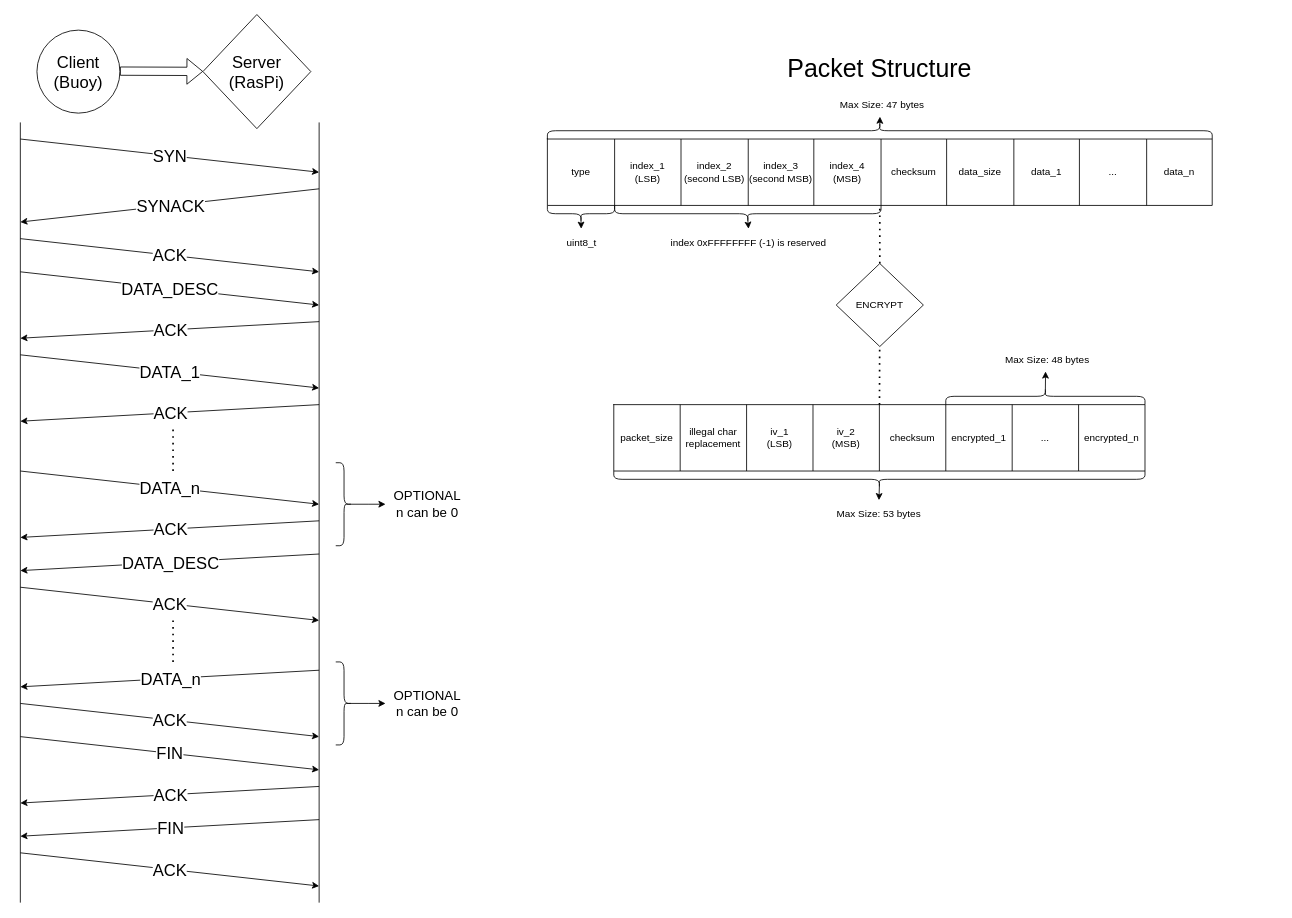
Earlier version of the draw.io diagram buoy_com_protocol.drawio (nickomodee/buoy-stm32). Source tidied: cells renumbered, new cells numbered last; positions are measured from the earlier drawing's top-left corner, leaving out a move shared by most shapes. Both pictures are drawn from the tidied source at 83%, with x=0, y=0 at pixel (20, 14).
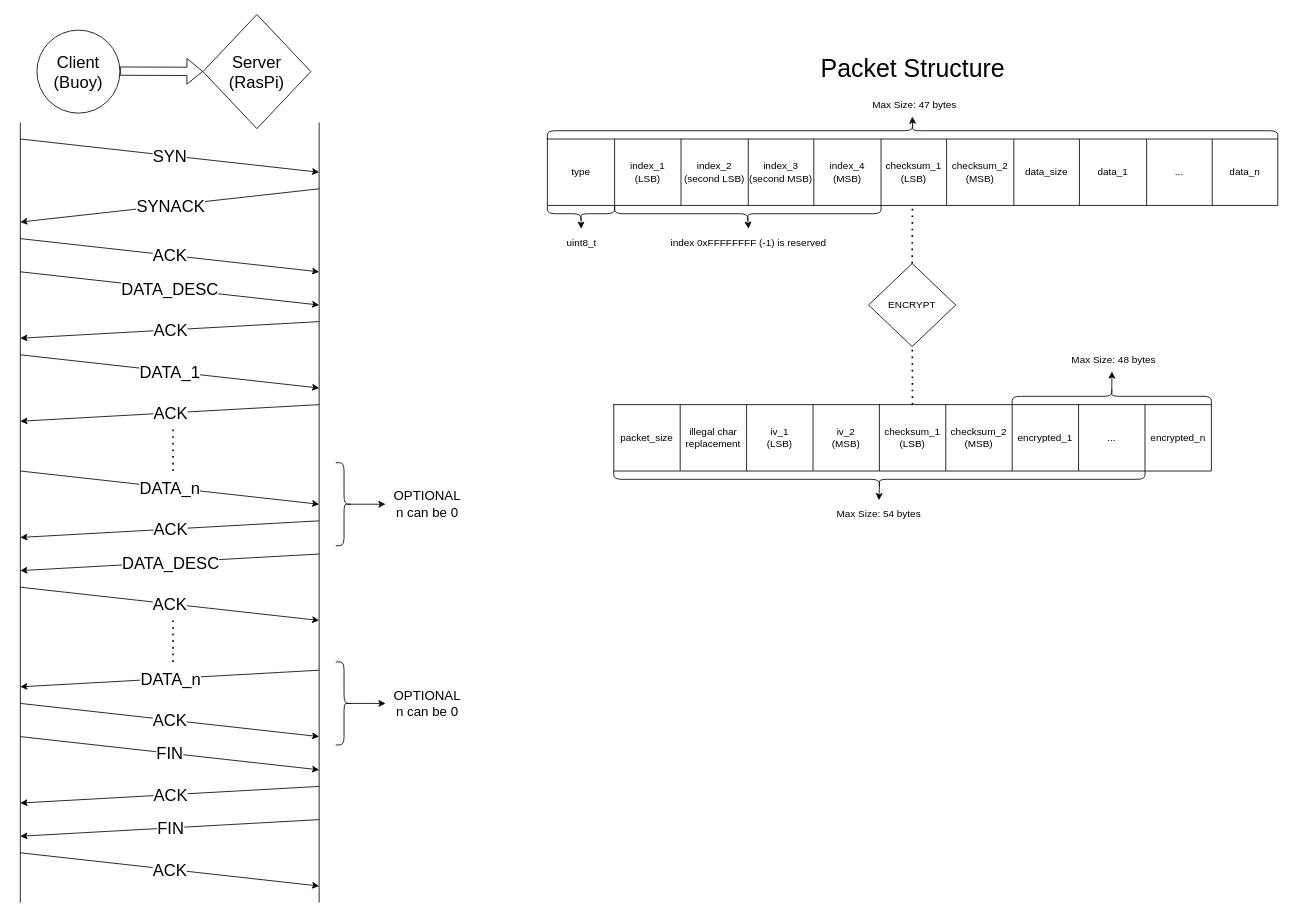
Above is the later version.

The edit, as a diff of the source:
```diff
@@
     <mxCell id="54" value="&lt;font style=&quot;font-size: 30px;&quot;&gt;Packet Structure&lt;/font&gt;" style="text;html=1;align=center;verticalAlign=middle;strokeColor=none;fillColor=none;" parent="1" vertex="1">
-      <mxGeometry x="910" y="40" width="250" height="50" as="geometry" />
+      <mxGeometry x="950" y="40" width="250" height="50" as="geometry" />
     </mxCell>
     <mxCell id="55" style="shape=table;startSize=0;childLayout=tableLayout;" parent="1" vertex="1">
-      <mxGeometry x="635" y="150" width="801" height="80" as="geometry" />
+      <mxGeometry x="635" y="150" width="880" height="80" as="geometry" />
     </mxCell>
     <mxCell id="56" style="shape=tableRow;horizontal=0;startSize=0;swimlaneHead=0;swimlaneBody=0;strokeColor=inherit;top=0;left=0;bottom=0;right=0;fillColor=none;points=[[0,0.5],[1,0.5]];portConstraint=eastwest;" parent="55" vertex="1">
-      <mxGeometry width="801" height="80" as="geometry" />
+      <mxGeometry width="880" height="80" as="geometry" />
     </mxCell>
@@
-    <mxCell id="62" value="&lt;font style=&quot;font-size: 12px;&quot;&gt;checksum&lt;/font&gt;" style="shape=partialRectangle;html=1;whiteSpace=wrap;strokeColor=inherit;overflow=hidden;fillColor=none;top=0;left=0;bottom=0;right=0;" parent="56" vertex="1">
+    <mxCell id="62" value="&lt;font style=&quot;font-size: 12px;&quot;&gt;checksum_1&lt;/font&gt;&lt;div&gt;&lt;font style=&quot;font-size: 12px;&quot;&gt;(LSB)&lt;/font&gt;&lt;/div&gt;" style="shape=partialRectangle;html=1;whiteSpace=wrap;strokeColor=inherit;overflow=hidden;fillColor=none;top=0;left=0;bottom=0;right=0;" parent="56" vertex="1">
       <mxGeometry x="402" width="79" height="80" as="geometry" />
     </mxCell>
-    <mxCell id="63" value="&lt;font style=&quot;font-size: 12px;&quot;&gt;data_size&lt;/font&gt;" style="shape=partialRectangle;html=1;whiteSpace=wrap;strokeColor=inherit;overflow=hidden;fillColor=none;top=0;left=0;bottom=0;right=0;" parent="56" vertex="1">
+    <mxCell id="63" value="&lt;font style=&quot;font-size: 12px;&quot;&gt;checksum_2&lt;/font&gt;&lt;div&gt;&lt;font style=&quot;font-size: 12px;&quot;&gt;(MSB)&lt;/font&gt;&lt;/div&gt;" style="shape=partialRectangle;html=1;whiteSpace=wrap;strokeColor=inherit;overflow=hidden;fillColor=none;top=0;left=0;bottom=0;right=0;" parent="56" vertex="1">
       <mxGeometry x="481" width="81" height="80" as="geometry" />
     </mxCell>
-    <mxCell id="64" value="data_1" style="shape=partialRectangle;html=1;whiteSpace=wrap;strokeColor=inherit;overflow=hidden;fillColor=none;top=0;left=0;bottom=0;right=0;" parent="56" vertex="1">
+    <mxCell id="64" value="data_size" style="shape=partialRectangle;html=1;whiteSpace=wrap;strokeColor=inherit;overflow=hidden;fillColor=none;top=0;left=0;bottom=0;right=0;" parent="56" vertex="1">
       <mxGeometry x="562" width="79" height="80" as="geometry" />
     </mxCell>
-    <mxCell id="65" value="..." style="shape=partialRectangle;html=1;whiteSpace=wrap;strokeColor=inherit;overflow=hidden;fillColor=none;top=0;left=0;bottom=0;right=0;" parent="56" vertex="1">
+    <mxCell id="65" value="data_1" style="shape=partialRectangle;html=1;whiteSpace=wrap;strokeColor=inherit;overflow=hidden;fillColor=none;top=0;left=0;bottom=0;right=0;" parent="56" vertex="1">
       <mxGeometry x="641" width="81" height="80" as="geometry" />
     </mxCell>
-    <mxCell id="66" value="data_n" style="shape=partialRectangle;html=1;whiteSpace=wrap;strokeColor=inherit;overflow=hidden;fillColor=none;top=0;left=0;bottom=0;right=0;" parent="56" vertex="1">
+    <mxCell id="66" value="..." style="shape=partialRectangle;html=1;whiteSpace=wrap;strokeColor=inherit;overflow=hidden;fillColor=none;top=0;left=0;bottom=0;right=0;" parent="56" vertex="1">
       <mxGeometry x="722" width="79" height="80" as="geometry" />
     </mxCell>
+    <mxCell id="95" value="data_n" style="shape=partialRectangle;html=1;whiteSpace=wrap;strokeColor=inherit;overflow=hidden;fillColor=none;top=0;left=0;bottom=0;right=0;" parent="56" vertex="1">
+      <mxGeometry x="801" width="79" height="80" as="geometry" />
+    </mxCell>
     <mxCell id="67" style="shape=curlyBracket;whiteSpace=wrap;html=1;rounded=1;flipH=1;labelPosition=right;verticalLabelPosition=middle;align=left;verticalAlign=middle;size=0.5;direction=south;" parent="1" vertex="1">
-      <mxGeometry x="635" y="130" width="801" height="20" as="geometry" />
+      <mxGeometry x="635" y="130" width="880" height="20" as="geometry" />
     </mxCell>
     <mxCell id="68" value="Max Size: 47 bytes" style="text;html=1;align=center;verticalAlign=middle;points=[];strokeColor=none;fillColor=none;" parent="1" vertex="1">
-      <mxGeometry x="977.5" y="94" width="120" height="30" as="geometry" />
+      <mxGeometry x="1016.5" y="94" width="120" height="30" as="geometry" />
     </mxCell>
@@
     <mxCell id="70" style="shape=table;startSize=0;childLayout=tableLayout;" parent="1" vertex="1">
-      <mxGeometry x="715" y="470" width="640" height="80" as="geometry" />
+      <mxGeometry x="715" y="470" width="720" height="80" as="geometry" />
     </mxCell>
     <mxCell id="71" style="shape=tableRow;horizontal=0;startSize=0;swimlaneHead=0;swimlaneBody=0;strokeColor=inherit;top=0;left=0;bottom=0;right=0;fillColor=none;points=[[0,0.5],[1,0.5]];portConstraint=eastwest;" parent="70" vertex="1">
-      <mxGeometry width="640" height="80" as="geometry" />
+      <mxGeometry width="720" height="80" as="geometry" />
     </mxCell>
@@
-    <mxCell id="76" value="checksum" style="shape=partialRectangle;html=1;whiteSpace=wrap;strokeColor=inherit;overflow=hidden;fillColor=none;top=0;left=0;bottom=0;right=0;" parent="71" vertex="1">
+    <mxCell id="76" value="checksum_1&lt;div&gt;(LSB)&lt;/div&gt;" style="shape=partialRectangle;html=1;whiteSpace=wrap;strokeColor=inherit;overflow=hidden;fillColor=none;top=0;left=0;bottom=0;right=0;" parent="71" vertex="1">
       <mxGeometry x="320" width="80" height="80" as="geometry" />
     </mxCell>
-    <mxCell id="77" value="encrypted_1" style="shape=partialRectangle;html=1;whiteSpace=wrap;strokeColor=inherit;overflow=hidden;fillColor=none;top=0;left=0;bottom=0;right=0;" parent="71" vertex="1">
+    <mxCell id="77" value="checksum_2&lt;div&gt;(MSB)&lt;/div&gt;" style="shape=partialRectangle;html=1;whiteSpace=wrap;strokeColor=inherit;overflow=hidden;fillColor=none;top=0;left=0;bottom=0;right=0;" parent="71" vertex="1">
       <mxGeometry x="400" width="80" height="80" as="geometry" />
     </mxCell>
-    <mxCell id="78" value="..." style="shape=partialRectangle;html=1;whiteSpace=wrap;strokeColor=inherit;overflow=hidden;fillColor=none;top=0;left=0;bottom=0;right=0;" parent="71" vertex="1">
+    <mxCell id="78" value="encrypted_1" style="shape=partialRectangle;html=1;whiteSpace=wrap;strokeColor=inherit;overflow=hidden;fillColor=none;top=0;left=0;bottom=0;right=0;" parent="71" vertex="1">
       <mxGeometry x="480" width="80" height="80" as="geometry" />
     </mxCell>
-    <mxCell id="79" value="encrypted_n" style="shape=partialRectangle;html=1;whiteSpace=wrap;strokeColor=inherit;overflow=hidden;fillColor=none;top=0;left=0;bottom=0;right=0;" parent="71" vertex="1">
+    <mxCell id="79" value="..." style="shape=partialRectangle;html=1;whiteSpace=wrap;strokeColor=inherit;overflow=hidden;fillColor=none;top=0;left=0;bottom=0;right=0;" parent="71" vertex="1">
       <mxGeometry x="560" width="80" height="80" as="geometry" />
     </mxCell>
+    <mxCell id="96" value="encrypted_n" style="shape=partialRectangle;html=1;whiteSpace=wrap;strokeColor=inherit;overflow=hidden;fillColor=none;top=0;left=0;bottom=0;right=0;" parent="71" vertex="1">
+      <mxGeometry x="640" width="80" height="80" as="geometry" />
+    </mxCell>
@@
     <mxCell id="81" value="ENCRYPT" style="rhombus;whiteSpace=wrap;html=1;" parent="1" vertex="1">
-      <mxGeometry x="983" y="300" width="105" height="100" as="geometry" />
+      <mxGeometry x="1022" y="300" width="105" height="100" as="geometry" />
     </mxCell>
@@
     <mxCell id="83" style="shape=curlyBracket;whiteSpace=wrap;html=1;rounded=1;flipH=1;labelPosition=right;verticalLabelPosition=middle;align=left;verticalAlign=middle;size=0.5;direction=south;" parent="1" vertex="1">
-      <mxGeometry x="1115" y="450" width="240" height="20" as="geometry" />
+      <mxGeometry x="1195" y="450" width="240" height="20" as="geometry" />
     </mxCell>
     <mxCell id="84" value="Max Size: 48 bytes" style="text;html=1;align=center;verticalAlign=middle;points=[];strokeColor=none;fillColor=none;" parent="1" vertex="1">
-      <mxGeometry x="1177" y="401" width="120" height="30" as="geometry" />
+      <mxGeometry x="1257" y="401" width="120" height="30" as="geometry" />
     </mxCell>
@@
-    <mxCell id="90" value="Max Size: 53 bytes" style="text;html=1;align=center;verticalAlign=middle;points=[];strokeColor=none;fillColor=none;" parent="1" vertex="1">
+    <mxCell id="90" value="Max Size: 54 bytes" style="text;html=1;align=center;verticalAlign=middle;points=[];strokeColor=none;fillColor=none;" parent="1" vertex="1">
       <mxGeometry x="974" y="587" width="120" height="30" as="geometry" />
     </mxCell>
```
